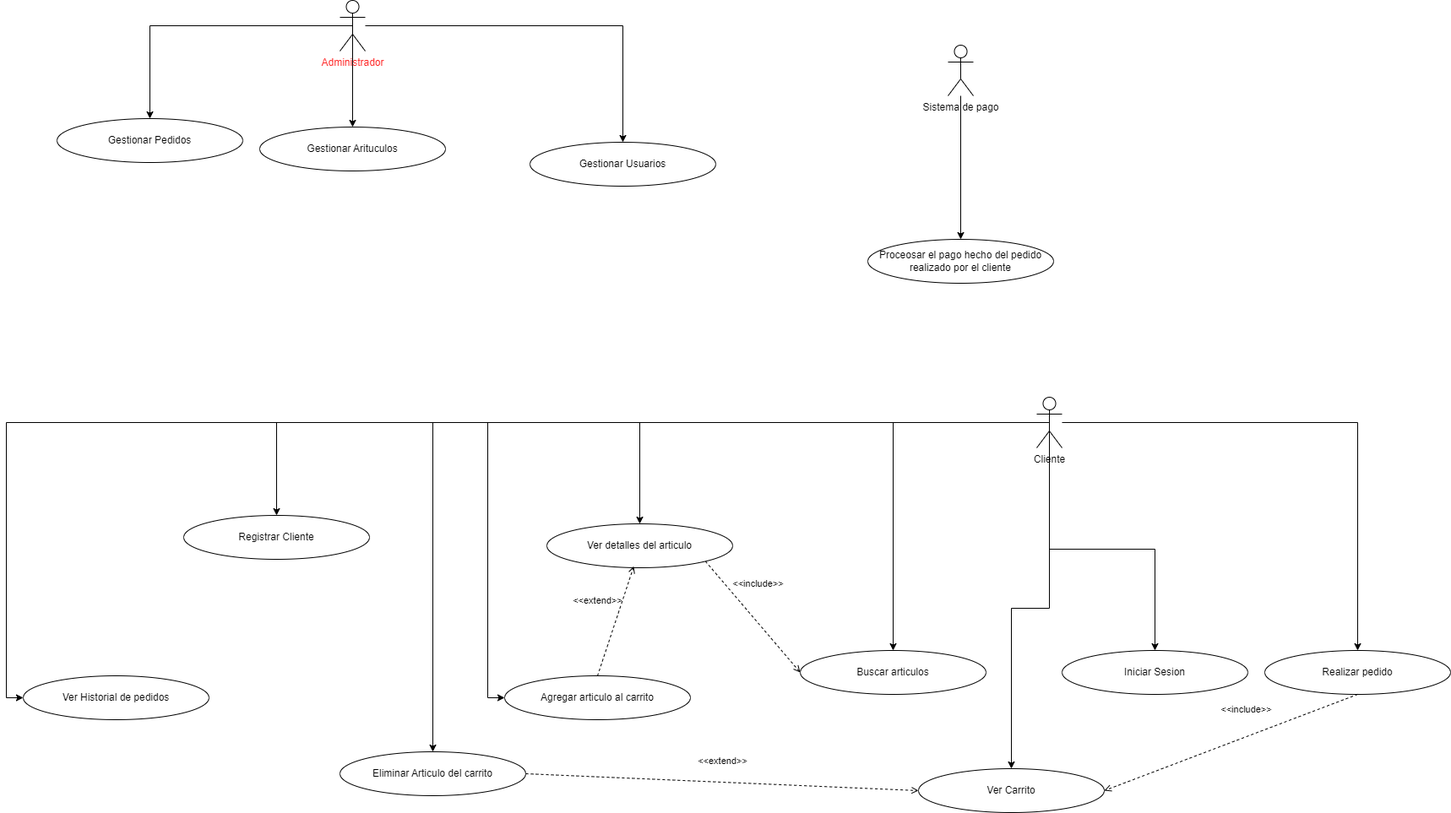
This is Diagrama de caso de uso para App de venta de articulos Online.drawio.png from trixarg-bot/Diagrams, a draw.io export, as it was before one commit. Source tidied: cells renumbered, new cells last; positions are measured from the earlier drawing's top-left corner, leaving out a move shared by most shapes.
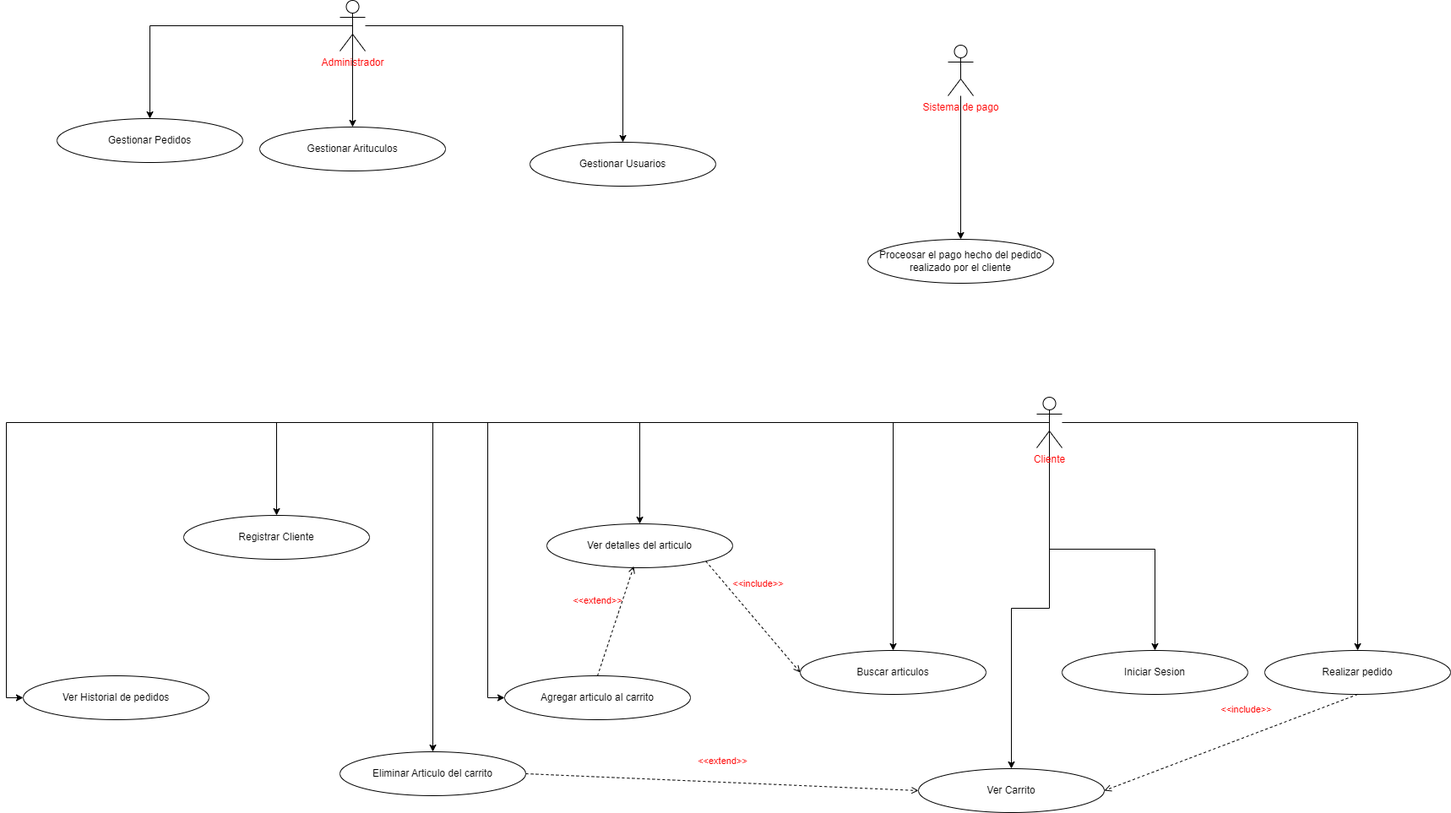
After the commit.

Diff of the diagram source:
```diff
@@ -2,7 +2,7 @@
   <root>
     <mxCell id="0" />
     <mxCell id="1" parent="0" />
-    <mxCell id="2" value="&amp;lt;&amp;lt;include&amp;gt;&amp;gt;" style="html=1;verticalAlign=bottom;labelBackgroundColor=none;endArrow=open;endFill=0;dashed=1;rounded=0;entryX=0;entryY=0.5;entryDx=0;entryDy=0;exitX=1;exitY=1;exitDx=0;exitDy=0;" parent="1" edge="1" source="24" target="28">
+    <mxCell id="2" value="&lt;font color=&quot;#ff0000&quot;&gt;&amp;lt;&amp;lt;include&amp;gt;&amp;gt;&lt;/font&gt;" style="html=1;verticalAlign=bottom;labelBackgroundColor=none;endArrow=open;endFill=0;dashed=1;rounded=0;entryX=0;entryY=0.5;entryDx=0;entryDy=0;exitX=1;exitY=1;exitDx=0;exitDy=0;" parent="1" edge="1" source="24" target="28">
       <mxGeometry x="-0.22" y="24" relative="1" as="geometry" />
     </mxCell>
     <mxCell id="3" style="edgeStyle=orthogonalEdgeStyle;rounded=0;jettySize=auto;html=1;entryX=0.5;entryY=0;entryDx=0;entryDy=0;" parent="1" edge="1" source="12" target="20">
@@ -36,7 +36,7 @@
         </Array>
       </mxGeometry>
     </mxCell>
-    <mxCell id="12" value="Cliente" style="shape=umlActor;verticalLabelPosition=bottom;verticalAlign=top;html=1;" parent="1" vertex="1">
+    <mxCell id="12" value="&lt;font color=&quot;#ff0000&quot;&gt;Cliente&lt;/font&gt;" style="shape=umlActor;verticalLabelPosition=bottom;verticalAlign=top;html=1;" parent="1" vertex="1">
       <mxGeometry x="1200" y="470" width="30" height="60" as="geometry" />
     </mxCell>
     <mxCell id="13" style="edgeStyle=orthogonalEdgeStyle;rounded=0;jettySize=auto;html=1;entryX=0.5;entryY=0;entryDx=0;entryDy=0;" parent="1" edge="1" source="16" target="19">
@@ -48,7 +48,7 @@
     <mxCell id="15" style="edgeStyle=orthogonalEdgeStyle;rounded=0;jettySize=auto;html=1;exitX=0.5;exitY=0.5;exitDx=0;exitDy=0;exitPerimeter=0;entryX=0.5;entryY=0;entryDx=0;entryDy=0;" parent="1" edge="1" source="16" target="18">
       <mxGeometry relative="1" as="geometry" />
     </mxCell>
-    <mxCell id="16" value="&lt;font color=&quot;#ff2929&quot;&gt;Administrador&lt;/font&gt;" style="shape=umlActor;verticalLabelPosition=bottom;verticalAlign=top;html=1;" parent="1" vertex="1">
+    <mxCell id="16" value="&lt;font color=&quot;#ff0000&quot;&gt;Administrador&lt;/font&gt;" style="shape=umlActor;verticalLabelPosition=bottom;verticalAlign=top;html=1;" parent="1" vertex="1">
       <mxGeometry x="375" width="30" height="60" as="geometry" />
     </mxCell>
     <mxCell id="17" value="Gestionar Arituculos" style="ellipse;html=1;whiteSpace=wrap;" parent="1" vertex="1">
@@ -87,13 +87,13 @@
     <mxCell id="28" value="Buscar articulos" style="ellipse;html=1;whiteSpace=wrap;" parent="1" vertex="1">
       <mxGeometry x="920" y="770" width="220" height="52" as="geometry" />
     </mxCell>
-    <mxCell id="29" value="&amp;lt;&amp;lt;extend&amp;gt;&amp;gt;" style="html=1;verticalAlign=bottom;labelBackgroundColor=none;endArrow=open;endFill=0;dashed=1;rounded=0;entryX=0.468;entryY=0.966;entryDx=0;entryDy=0;entryPerimeter=0;exitX=0.5;exitY=0;exitDx=0;exitDy=0;" parent="1" edge="1" source="25" target="24">
+    <mxCell id="29" value="&lt;font color=&quot;#ff0000&quot;&gt;&amp;lt;&amp;lt;extend&amp;gt;&amp;gt;&lt;/font&gt;" style="html=1;verticalAlign=bottom;labelBackgroundColor=none;endArrow=open;endFill=0;dashed=1;rounded=0;entryX=0.468;entryY=0.966;entryDx=0;entryDy=0;entryPerimeter=0;exitX=0.5;exitY=0;exitDx=0;exitDy=0;" parent="1" edge="1" source="25" target="24">
       <mxGeometry x="0.11" y="25" relative="1" as="geometry" />
     </mxCell>
-    <mxCell id="30" value="&amp;lt;&amp;lt;extend&amp;gt;&amp;gt;" style="html=1;verticalAlign=bottom;labelBackgroundColor=none;endArrow=open;endFill=0;dashed=1;rounded=0;entryX=0;entryY=0.5;entryDx=0;entryDy=0;exitX=1;exitY=0.5;exitDx=0;exitDy=0;" parent="1" edge="1" source="27" target="26">
+    <mxCell id="30" value="&lt;font color=&quot;#ff0000&quot;&gt;&amp;lt;&amp;lt;extend&amp;gt;&amp;gt;&lt;/font&gt;" style="html=1;verticalAlign=bottom;labelBackgroundColor=none;endArrow=open;endFill=0;dashed=1;rounded=0;entryX=0;entryY=0.5;entryDx=0;entryDy=0;exitX=1;exitY=0.5;exitDx=0;exitDy=0;" parent="1" edge="1" source="27" target="26">
       <mxGeometry y="16" relative="1" as="geometry" />
     </mxCell>
-    <mxCell id="31" value="&amp;lt;&amp;lt;include&amp;gt;&amp;gt;" style="html=1;verticalAlign=bottom;labelBackgroundColor=none;endArrow=open;endFill=0;dashed=1;rounded=0;exitX=0.5;exitY=1;exitDx=0;exitDy=0;entryX=1;entryY=0.5;entryDx=0;entryDy=0;" parent="1" edge="1" source="22" target="26">
+    <mxCell id="31" value="&lt;font color=&quot;#ff0000&quot;&gt;&amp;lt;&amp;lt;include&amp;gt;&amp;gt;&lt;/font&gt;" style="html=1;verticalAlign=bottom;labelBackgroundColor=none;endArrow=open;endFill=0;dashed=1;rounded=0;exitX=0.5;exitY=1;exitDx=0;exitDy=0;entryX=1;entryY=0.5;entryDx=0;entryDy=0;" parent="1" edge="1" source="22" target="26">
       <mxGeometry x="-0.16" y="-22" relative="1" as="geometry">
         <mxPoint x="1" as="offset" />
       </mxGeometry>
@@ -101,7 +101,7 @@
     <mxCell id="32" style="edgeStyle=orthogonalEdgeStyle;rounded=0;jettySize=auto;html=1;" parent="1" edge="1" source="33" target="34">
       <mxGeometry relative="1" as="geometry" />
     </mxCell>
-    <mxCell id="33" value="Sistema de pago&lt;div&gt;&lt;br&gt;&lt;/div&gt;" style="shape=umlActor;verticalLabelPosition=bottom;verticalAlign=top;html=1;" parent="1" vertex="1">
+    <mxCell id="33" value="&lt;font color=&quot;#ff0000&quot;&gt;Sistema de pago&lt;/font&gt;&lt;div&gt;&lt;br&gt;&lt;/div&gt;" style="shape=umlActor;verticalLabelPosition=bottom;verticalAlign=top;html=1;" parent="1" vertex="1">
       <mxGeometry x="1095" y="53" width="30" height="60" as="geometry" />
     </mxCell>
     <mxCell id="34" value="Proceosar el pago hecho del pedido realizado por el cliente" style="ellipse;html=1;whiteSpace=wrap;" parent="1" vertex="1">
```
